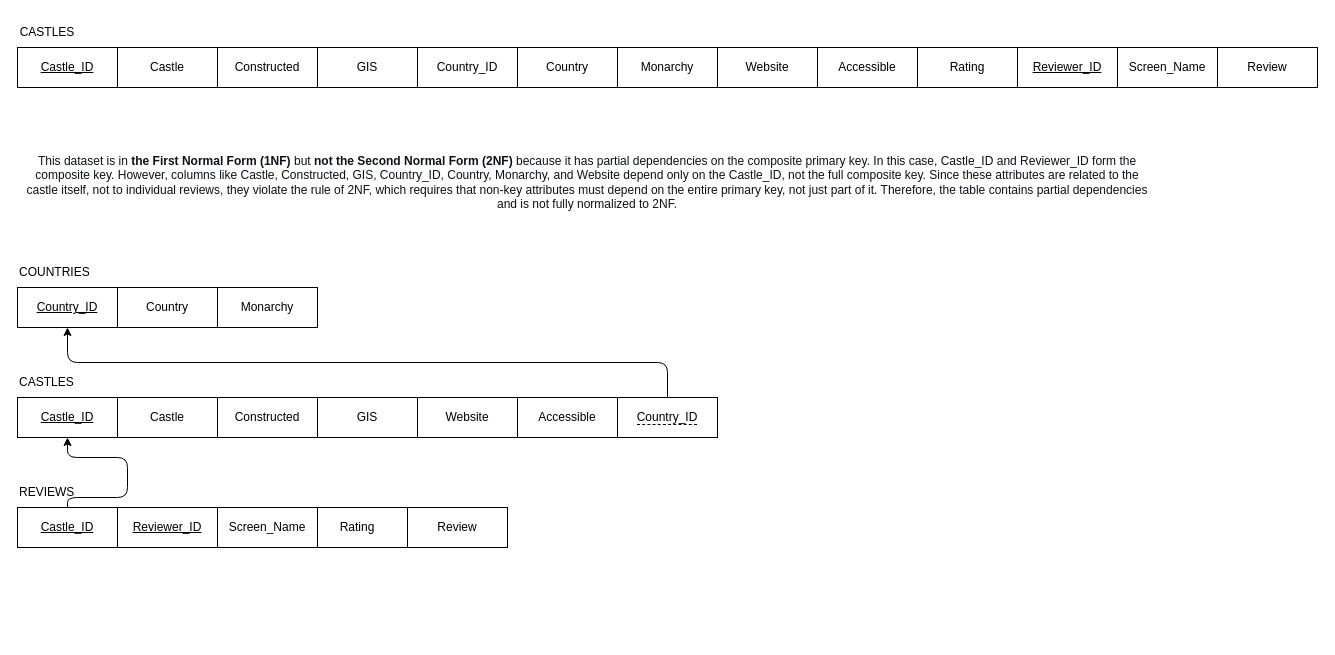
Earlier version of the draw.io diagram page "Question 2" (2 of 2) of morrow_homework2.drawio (ryan-j-morrow/BAIS-3200-Database-Management). Source tidied: cells renumbered, new cells numbered last; positions are measured from the earlier drawing's top-left corner, leaving out a move shared by most shapes. Both pictures are drawn from the tidied source at 100%, with x=0, y=0 at pixel (17, 17).
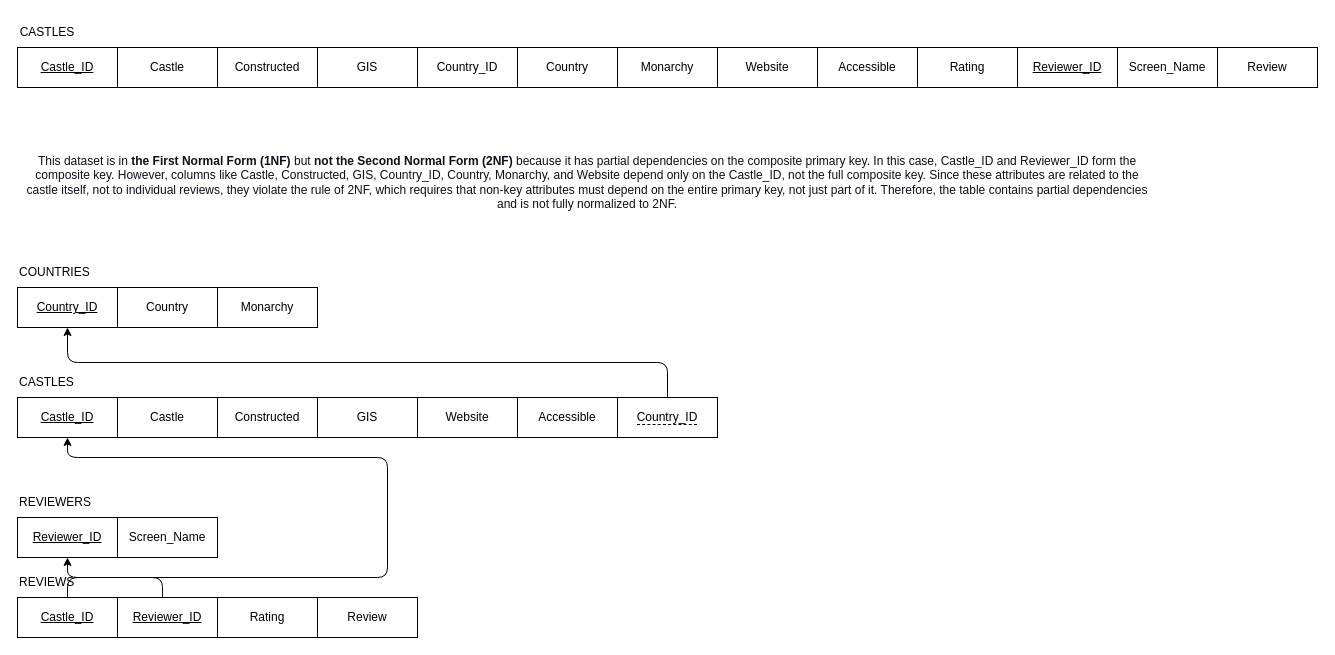
Above is the later version.

The change refers to these unchanged cells:
```xml
<mxCell id="17" value="&lt;u&gt;Castle_ID&lt;/u&gt;" style="whiteSpace=wrap;html=1;align=center;" parent="1" vertex="1">
  <mxGeometry y="380" width="100" height="40" as="geometry" />
</mxCell>
```

Change to the diagram source:
```diff
@@
     <mxCell id="28" value="&lt;u&gt;Castle_ID&lt;/u&gt;" style="whiteSpace=wrap;html=1;align=center;" parent="1" vertex="1">
-      <mxGeometry y="490" width="100" height="40" as="geometry" />
+      <mxGeometry y="580" width="100" height="40" as="geometry" />
     </mxCell>
     <mxCell id="29" value="Review" style="whiteSpace=wrap;html=1;align=center;" parent="1" vertex="1">
-      <mxGeometry x="390" y="490" width="100" height="40" as="geometry" />
+      <mxGeometry x="300" y="580" width="100" height="40" as="geometry" />
     </mxCell>
     <mxCell id="30" value="Rating" style="whiteSpace=wrap;html=1;align=center;" parent="1" vertex="1">
-      <mxGeometry x="290" y="490" width="100" height="40" as="geometry" />
+      <mxGeometry x="200" y="580" width="100" height="40" as="geometry" />
     </mxCell>
     <mxCell id="31" value="REVIEWS" style="text;html=1;strokeColor=none;fillColor=none;align=left;verticalAlign=middle;whiteSpace=wrap;rounded=0;" parent="1" vertex="1">
-      <mxGeometry y="460" width="290" height="30" as="geometry" />
+      <mxGeometry y="550" width="290" height="30" as="geometry" />
     </mxCell>
     <mxCell id="32" value="&lt;u&gt;Reviewer_ID&lt;/u&gt;" style="whiteSpace=wrap;html=1;align=center;" parent="1" vertex="1">
-      <mxGeometry x="100" y="490" width="100" height="40" as="geometry" />
+      <mxGeometry x="100" y="580" width="100" height="40" as="geometry" />
     </mxCell>
@@
     <mxCell id="34" value="Screen_Name" style="whiteSpace=wrap;html=1;align=center;" parent="1" vertex="1">
-      <mxGeometry x="200" y="490" width="100" height="40" as="geometry" />
+      <mxGeometry x="100" y="500" width="100" height="40" as="geometry" />
     </mxCell>
@@
     <mxCell id="36" style="endArrow=classic;html=1;rounded=1;entryX=0.5;entryY=1;entryDx=0;entryDy=0;exitX=0.5;exitY=0;exitDx=0;exitDy=0;edgeStyle=orthogonalEdgeStyle;" parent="1" edge="1" source="28" target="17">
       <mxGeometry relative="1" as="geometry">
         <Array as="points">
-          <mxPoint x="50" y="480" />
-          <mxPoint x="110" y="480" />
-          <mxPoint x="110" y="440" />
+          <mxPoint x="50" y="560" />
+          <mxPoint x="370" y="560" />
+          <mxPoint x="370" y="440" />
           <mxPoint x="50" y="440" />
         </Array>
       </mxGeometry>
     </mxCell>
+    <mxCell id="37" style="edgeStyle=orthogonalEdgeStyle;rounded=1;jettySize=auto;html=1;exitX=0.5;exitY=1;exitDx=0;exitDy=0;entryX=0.5;entryY=1;entryDx=0;entryDy=0;curved=0;endArrow=none;endFill=0;startArrow=classic;startFill=1;" parent="1" edge="1" source="38" target="31">
+      <mxGeometry relative="1" as="geometry">
+        <Array as="points">
+          <mxPoint x="50" y="560" />
+          <mxPoint x="145" y="560" />
+        </Array>
+      </mxGeometry>
+    </mxCell>
+    <mxCell id="38" value="&lt;u&gt;Reviewer_ID&lt;/u&gt;" style="whiteSpace=wrap;html=1;align=center;" parent="1" vertex="1">
+      <mxGeometry y="500" width="100" height="40" as="geometry" />
+    </mxCell>
+    <mxCell id="39" value="REVIEWERS" style="text;html=1;strokeColor=none;fillColor=none;align=left;verticalAlign=middle;whiteSpace=wrap;rounded=0;" parent="1" vertex="1">
+      <mxGeometry y="470" width="290" height="30" as="geometry" />
+    </mxCell>
```
